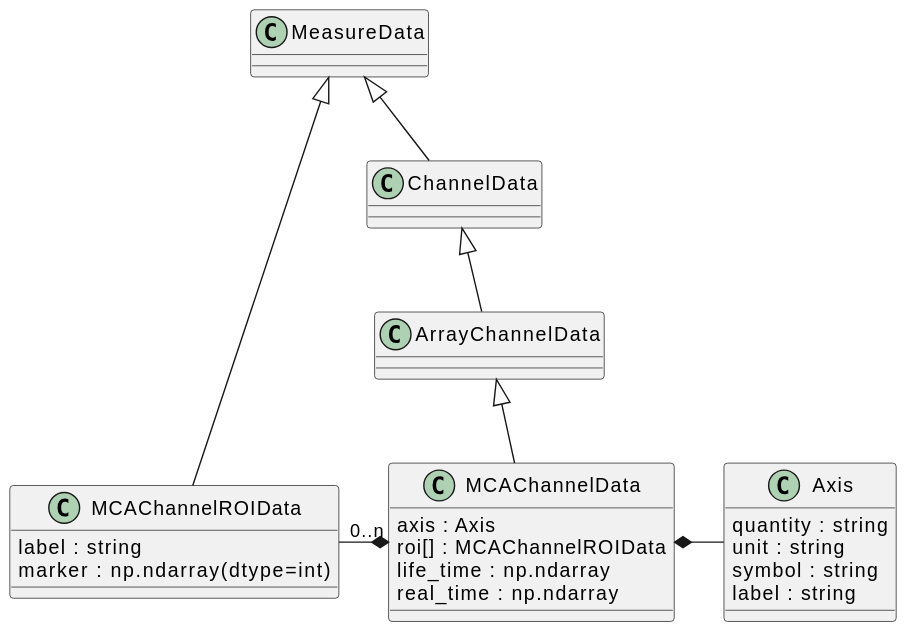
The PlantUML diagram docs/uml/arraychannel.svg in tillbiskup/evefile, before a commit.
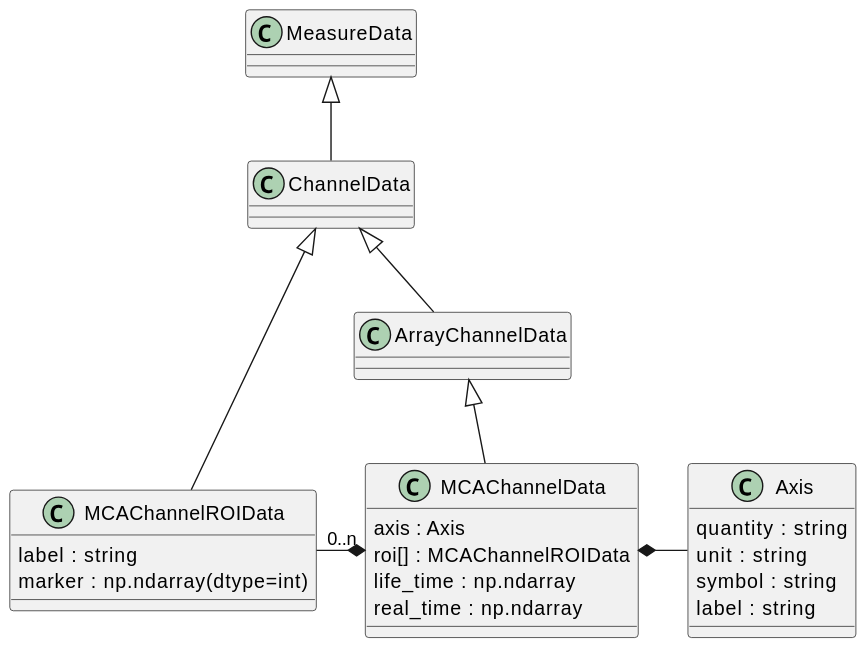
Above is the later version.

Commit message:
MCARoiChannel inherits from ChannelData; ROI metadata are mapped accordingly.

Change to the diagram source:
```diff
@@ -23,7 +23,7 @@
 
 MCAChannelROIData "0..n" -* MCAChannelData
 
-class MCAChannelROIData extends MeasureData {
+class MCAChannelROIData extends ChannelData {
     {field} label : string
     {field} marker : np.ndarray(dtype=int)
 }
```
